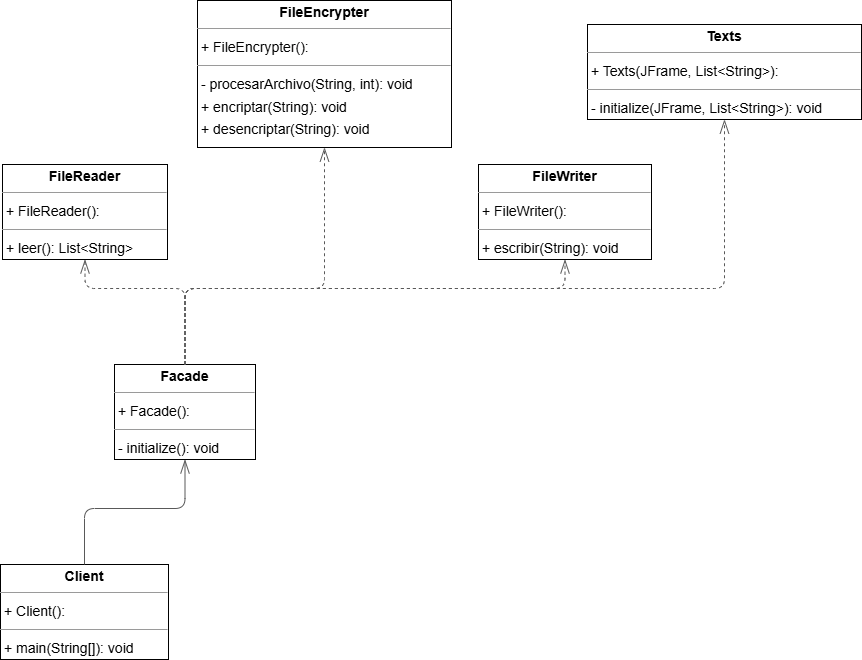
Earlier version of the draw.io export Diagrama.png (DSGS76/EjemploFachada). Source tidied: cells renumbered, new cells last; positions are measured from the earlier drawing's top-left corner, leaving out a move shared by most shapes. The source it was exported from:
```xml
<mxGraphModel>
  <root>
    <mxCell id="0" />
    <mxCell id="1" parent="0" />
    <mxCell id="2" value="&lt;p style=&quot;margin:0px;margin-top:4px;text-align:center;&quot;&gt;&lt;b&gt;Client&lt;/b&gt;&lt;/p&gt;&lt;hr size=&quot;1&quot;/&gt;&lt;p style=&quot;margin:0 0 0 4px;line-height:1.6;&quot;&gt;+ Client(): &lt;/p&gt;&lt;hr size=&quot;1&quot;/&gt;&lt;p style=&quot;margin:0 0 0 4px;line-height:1.6;&quot;&gt;+ main(String[]): void&lt;/p&gt;" style="verticalAlign=top;align=left;overflow=fill;fontSize=14;fontFamily=Helvetica;html=1;rounded=0;shadow=0;comic=0;labelBackgroundColor=none;strokeWidth=1;" parent="1" vertex="1">
      <mxGeometry y="564" width="168" height="95" as="geometry" />
    </mxCell>
    <mxCell id="3" value="&lt;p style=&quot;margin:0px;margin-top:4px;text-align:center;&quot;&gt;&lt;b&gt;Facade&lt;/b&gt;&lt;/p&gt;&lt;hr size=&quot;1&quot;/&gt;&lt;p style=&quot;margin:0 0 0 4px;line-height:1.6;&quot;&gt;+ Facade(): &lt;/p&gt;&lt;hr size=&quot;1&quot;/&gt;&lt;p style=&quot;margin:0 0 0 4px;line-height:1.6;&quot;&gt;- initialize(): void&lt;/p&gt;" style="verticalAlign=top;align=left;overflow=fill;fontSize=14;fontFamily=Helvetica;html=1;rounded=0;shadow=0;comic=0;labelBackgroundColor=none;strokeWidth=1;" parent="1" vertex="1">
      <mxGeometry x="114" y="364" width="141" height="95" as="geometry" />
    </mxCell>
    <mxCell id="4" value="&lt;p style=&quot;margin:0px;margin-top:4px;text-align:center;&quot;&gt;&lt;b&gt;FileEncrypter&lt;/b&gt;&lt;/p&gt;&lt;hr size=&quot;1&quot;/&gt;&lt;p style=&quot;margin:0 0 0 4px;line-height:1.6;&quot;&gt;+ FileEncrypter(): &lt;/p&gt;&lt;hr size=&quot;1&quot;/&gt;&lt;p style=&quot;margin:0 0 0 4px;line-height:1.6;&quot;&gt;- procesarArchivo(String, int): void&lt;br/&gt;+ encriptar(String): void&lt;br/&gt;+ desencriptar(String): void&lt;/p&gt;" style="verticalAlign=top;align=left;overflow=fill;fontSize=14;fontFamily=Helvetica;html=1;rounded=0;shadow=0;comic=0;labelBackgroundColor=none;strokeWidth=1;" parent="1" vertex="1">
      <mxGeometry x="197" width="254" height="147" as="geometry" />
    </mxCell>
    <mxCell id="5" value="&lt;p style=&quot;margin:0px;margin-top:4px;text-align:center;&quot;&gt;&lt;b&gt;FileReader&lt;/b&gt;&lt;/p&gt;&lt;hr size=&quot;1&quot;/&gt;&lt;p style=&quot;margin:0 0 0 4px;line-height:1.6;&quot;&gt;+ FileReader(): &lt;/p&gt;&lt;hr size=&quot;1&quot;/&gt;&lt;p style=&quot;margin:0 0 0 4px;line-height:1.6;&quot;&gt;+ leer(): List&amp;lt;String&amp;gt;&lt;/p&gt;" style="verticalAlign=top;align=left;overflow=fill;fontSize=14;fontFamily=Helvetica;html=1;rounded=0;shadow=0;comic=0;labelBackgroundColor=none;strokeWidth=1;" parent="1" vertex="1">
      <mxGeometry x="2" y="164" width="165" height="95" as="geometry" />
    </mxCell>
    <mxCell id="6" value="&lt;p style=&quot;margin:0px;margin-top:4px;text-align:center;&quot;&gt;&lt;b&gt;FileWriter&lt;/b&gt;&lt;/p&gt;&lt;hr size=&quot;1&quot;/&gt;&lt;p style=&quot;margin:0 0 0 4px;line-height:1.6;&quot;&gt;+ FileWriter(): &lt;/p&gt;&lt;hr size=&quot;1&quot;/&gt;&lt;p style=&quot;margin:0 0 0 4px;line-height:1.6;&quot;&gt;+ escribir(String): void&lt;/p&gt;" style="verticalAlign=top;align=left;overflow=fill;fontSize=14;fontFamily=Helvetica;html=1;rounded=0;shadow=0;comic=0;labelBackgroundColor=none;strokeWidth=1;" parent="1" vertex="1">
      <mxGeometry x="478" y="164" width="173" height="95" as="geometry" />
    </mxCell>
    <mxCell id="7" value="&lt;p style=&quot;margin:0px;margin-top:4px;text-align:center;&quot;&gt;&lt;b&gt;Texts&lt;/b&gt;&lt;/p&gt;&lt;hr size=&quot;1&quot;/&gt;&lt;p style=&quot;margin:0 0 0 4px;line-height:1.6;&quot;&gt;+ Texts(JFrame, List&amp;lt;String&amp;gt;): &lt;/p&gt;&lt;hr size=&quot;1&quot;/&gt;&lt;p style=&quot;margin:0 0 0 4px;line-height:1.6;&quot;&gt;- initialize(JFrame, List&amp;lt;String&amp;gt;): void&lt;/p&gt;" style="verticalAlign=top;align=left;overflow=fill;fontSize=14;fontFamily=Helvetica;html=1;rounded=0;shadow=0;comic=0;labelBackgroundColor=none;strokeWidth=1;" parent="1" vertex="1">
      <mxGeometry x="587" y="24" width="274" height="95" as="geometry" />
    </mxCell>
    <mxCell id="8" style="html=1;rounded=1;edgeStyle=orthogonalEdgeStyle;startArrow=none;endArrow=openThin;endSize=12;strokeColor=#595959;exitX=0.500;exitY=0.000;exitDx=0;exitDy=0;entryX=0.500;entryY=1.000;entryDx=0;entryDy=0;" parent="1" edge="1" source="2" target="3">
      <mxGeometry relative="1" as="geometry">
        <Array as="points">
          <mxPoint x="84" y="508" />
          <mxPoint x="184" y="508" />
        </Array>
      </mxGeometry>
    </mxCell>
    <mxCell id="9" style="html=1;rounded=1;edgeStyle=orthogonalEdgeStyle;dashed=1;startArrow=none;endArrow=openThin;endSize=12;strokeColor=#595959;exitX=0.500;exitY=0.000;exitDx=0;exitDy=0;entryX=0.500;entryY=1.000;entryDx=0;entryDy=0;" parent="1" edge="1" source="3" target="4">
      <mxGeometry relative="1" as="geometry">
        <Array as="points">
          <mxPoint x="184" y="288" />
          <mxPoint x="324" y="288" />
        </Array>
      </mxGeometry>
    </mxCell>
    <mxCell id="10" style="html=1;rounded=1;edgeStyle=orthogonalEdgeStyle;dashed=1;startArrow=none;endArrow=openThin;endSize=12;strokeColor=#595959;exitX=0.500;exitY=0.000;exitDx=0;exitDy=0;entryX=0.500;entryY=1.000;entryDx=0;entryDy=0;" parent="1" edge="1" source="3" target="5">
      <mxGeometry relative="1" as="geometry">
        <Array as="points">
          <mxPoint x="184" y="288" />
          <mxPoint x="84" y="288" />
        </Array>
      </mxGeometry>
    </mxCell>
    <mxCell id="11" style="html=1;rounded=1;edgeStyle=orthogonalEdgeStyle;dashed=1;startArrow=none;endArrow=openThin;endSize=12;strokeColor=#595959;exitX=0.500;exitY=0.000;exitDx=0;exitDy=0;entryX=0.500;entryY=1.000;entryDx=0;entryDy=0;" parent="1" edge="1" source="3" target="6">
      <mxGeometry relative="1" as="geometry">
        <Array as="points">
          <mxPoint x="184" y="288" />
          <mxPoint x="564" y="288" />
        </Array>
      </mxGeometry>
    </mxCell>
    <mxCell id="12" style="html=1;rounded=1;edgeStyle=orthogonalEdgeStyle;dashed=1;startArrow=none;endArrow=openThin;endSize=12;strokeColor=#595959;exitX=0.500;exitY=0.000;exitDx=0;exitDy=0;entryX=0.500;entryY=1.000;entryDx=0;entryDy=0;" parent="1" edge="1" source="3" target="7">
      <mxGeometry relative="1" as="geometry">
        <Array as="points">
          <mxPoint x="184" y="288" />
          <mxPoint x="724" y="288" />
        </Array>
      </mxGeometry>
    </mxCell>
  </root>
</mxGraphModel>
```
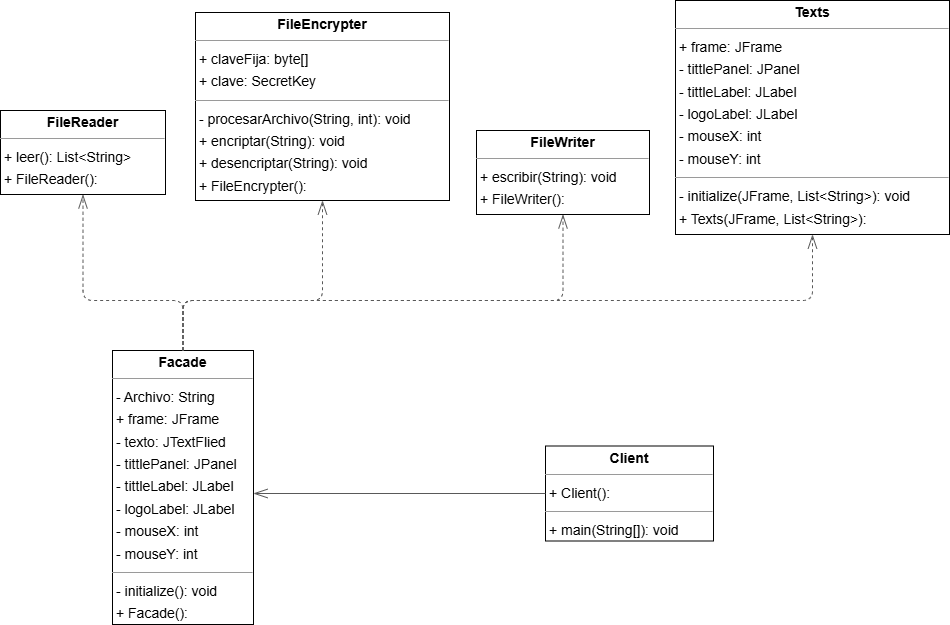
After the change.

Diff of the diagram source:
```diff
@@ -3,28 +3,27 @@
     <mxCell id="0" />
     <mxCell id="1" parent="0" />
     <mxCell id="2" value="&lt;p style=&quot;margin:0px;margin-top:4px;text-align:center;&quot;&gt;&lt;b&gt;Client&lt;/b&gt;&lt;/p&gt;&lt;hr size=&quot;1&quot;/&gt;&lt;p style=&quot;margin:0 0 0 4px;line-height:1.6;&quot;&gt;+ Client(): &lt;/p&gt;&lt;hr size=&quot;1&quot;/&gt;&lt;p style=&quot;margin:0 0 0 4px;line-height:1.6;&quot;&gt;+ main(String[]): void&lt;/p&gt;" style="verticalAlign=top;align=left;overflow=fill;fontSize=14;fontFamily=Helvetica;html=1;rounded=0;shadow=0;comic=0;labelBackgroundColor=none;strokeWidth=1;" parent="1" vertex="1">
-      <mxGeometry y="564" width="168" height="95" as="geometry" />
+      <mxGeometry x="547" y="433.5" width="168" height="95" as="geometry" />
     </mxCell>
-    <mxCell id="3" value="&lt;p style=&quot;margin:0px;margin-top:4px;text-align:center;&quot;&gt;&lt;b&gt;Facade&lt;/b&gt;&lt;/p&gt;&lt;hr size=&quot;1&quot;/&gt;&lt;p style=&quot;margin:0 0 0 4px;line-height:1.6;&quot;&gt;+ Facade(): &lt;/p&gt;&lt;hr size=&quot;1&quot;/&gt;&lt;p style=&quot;margin:0 0 0 4px;line-height:1.6;&quot;&gt;- initialize(): void&lt;/p&gt;" style="verticalAlign=top;align=left;overflow=fill;fontSize=14;fontFamily=Helvetica;html=1;rounded=0;shadow=0;comic=0;labelBackgroundColor=none;strokeWidth=1;" parent="1" vertex="1">
-      <mxGeometry x="114" y="364" width="141" height="95" as="geometry" />
+    <mxCell id="3" value="&lt;p style=&quot;margin:0px;margin-top:4px;text-align:center;&quot;&gt;&lt;b&gt;Facade&lt;/b&gt;&lt;/p&gt;&lt;hr size=&quot;1&quot;&gt;&lt;p style=&quot;margin:0 0 0 4px;line-height:1.6;&quot;&gt;- Archivo: String&lt;/p&gt;&lt;p style=&quot;margin:0 0 0 4px;line-height:1.6;&quot;&gt;+ frame: JFrame&lt;/p&gt;&lt;p style=&quot;margin:0 0 0 4px;line-height:1.6;&quot;&gt;- texto: JTextFlied&lt;/p&gt;&lt;p style=&quot;margin:0 0 0 4px;line-height:1.6;&quot;&gt;- tittlePanel: JPanel&lt;/p&gt;&lt;p style=&quot;margin:0 0 0 4px;line-height:1.6;&quot;&gt;- tittleLabel: JLabel&lt;/p&gt;&lt;p style=&quot;margin:0 0 0 4px;line-height:1.6;&quot;&gt;- logoLabel: JLabel&lt;/p&gt;&lt;p style=&quot;margin:0 0 0 4px;line-height:1.6;&quot;&gt;- mouseX: int&lt;/p&gt;&lt;p style=&quot;margin:0 0 0 4px;line-height:1.6;&quot;&gt;- mouseY: int&lt;/p&gt;&lt;hr size=&quot;1&quot;&gt;&lt;p style=&quot;margin:0 0 0 4px;line-height:1.6;&quot;&gt;- initialize(): void&lt;/p&gt;&lt;p style=&quot;margin:0 0 0 4px;line-height:1.6;&quot;&gt;+ Facade():&lt;/p&gt;" style="verticalAlign=top;align=left;overflow=fill;fontSize=14;fontFamily=Helvetica;html=1;rounded=0;shadow=0;comic=0;labelBackgroundColor=none;strokeWidth=1;" parent="1" vertex="1">
+      <mxGeometry x="114" y="338" width="141" height="274" as="geometry" />
     </mxCell>
-    <mxCell id="4" value="&lt;p style=&quot;margin:0px;margin-top:4px;text-align:center;&quot;&gt;&lt;b&gt;FileEncrypter&lt;/b&gt;&lt;/p&gt;&lt;hr size=&quot;1&quot;/&gt;&lt;p style=&quot;margin:0 0 0 4px;line-height:1.6;&quot;&gt;+ FileEncrypter(): &lt;/p&gt;&lt;hr size=&quot;1&quot;/&gt;&lt;p style=&quot;margin:0 0 0 4px;line-height:1.6;&quot;&gt;- procesarArchivo(String, int): void&lt;br/&gt;+ encriptar(String): void&lt;br/&gt;+ desencriptar(String): void&lt;/p&gt;" style="verticalAlign=top;align=left;overflow=fill;fontSize=14;fontFamily=Helvetica;html=1;rounded=0;shadow=0;comic=0;labelBackgroundColor=none;strokeWidth=1;" parent="1" vertex="1">
-      <mxGeometry x="197" width="254" height="147" as="geometry" />
+    <mxCell id="4" value="&lt;p style=&quot;margin:0px;margin-top:4px;text-align:center;&quot;&gt;&lt;b&gt;FileEncrypter&lt;/b&gt;&lt;/p&gt;&lt;hr size=&quot;1&quot;&gt;&lt;p style=&quot;margin:0 0 0 4px;line-height:1.6;&quot;&gt;+ claveFija: byte[]&lt;/p&gt;&lt;p style=&quot;margin:0 0 0 4px;line-height:1.6;&quot;&gt;+ clave: SecretKey&amp;nbsp;&lt;/p&gt;&lt;hr size=&quot;1&quot;&gt;&lt;p style=&quot;margin:0 0 0 4px;line-height:1.6;&quot;&gt;- procesarArchivo(String, int): void&lt;br&gt;+ encriptar(String): void&lt;br&gt;+ desencriptar(String): void&lt;/p&gt;&lt;p style=&quot;margin:0 0 0 4px;line-height:1.6;&quot;&gt;+ FileEncrypter():&lt;/p&gt;&lt;div&gt;&lt;br&gt;&lt;/div&gt;" style="verticalAlign=top;align=left;overflow=fill;fontSize=14;fontFamily=Helvetica;html=1;rounded=0;shadow=0;comic=0;labelBackgroundColor=none;strokeWidth=1;" parent="1" vertex="1">
+      <mxGeometry x="197" width="254" height="188" as="geometry" />
     </mxCell>
-    <mxCell id="5" value="&lt;p style=&quot;margin:0px;margin-top:4px;text-align:center;&quot;&gt;&lt;b&gt;FileReader&lt;/b&gt;&lt;/p&gt;&lt;hr size=&quot;1&quot;/&gt;&lt;p style=&quot;margin:0 0 0 4px;line-height:1.6;&quot;&gt;+ FileReader(): &lt;/p&gt;&lt;hr size=&quot;1&quot;/&gt;&lt;p style=&quot;margin:0 0 0 4px;line-height:1.6;&quot;&gt;+ leer(): List&amp;lt;String&amp;gt;&lt;/p&gt;" style="verticalAlign=top;align=left;overflow=fill;fontSize=14;fontFamily=Helvetica;html=1;rounded=0;shadow=0;comic=0;labelBackgroundColor=none;strokeWidth=1;" parent="1" vertex="1">
-      <mxGeometry x="2" y="164" width="165" height="95" as="geometry" />
+    <mxCell id="5" value="&lt;p style=&quot;margin:0px;margin-top:4px;text-align:center;&quot;&gt;&lt;b&gt;FileReader&lt;/b&gt;&lt;/p&gt;&lt;hr size=&quot;1&quot;&gt;&lt;p style=&quot;margin:0 0 0 4px;line-height:1.6;&quot;&gt;+ leer(): List&amp;lt;String&amp;gt;&lt;/p&gt;&lt;p style=&quot;margin:0 0 0 4px;line-height:1.6;&quot;&gt;+ FileReader():&lt;/p&gt;&lt;div&gt;&lt;br&gt;&lt;/div&gt;" style="verticalAlign=top;align=left;overflow=fill;fontSize=14;fontFamily=Helvetica;html=1;rounded=0;shadow=0;comic=0;labelBackgroundColor=none;strokeWidth=1;" parent="1" vertex="1">
+      <mxGeometry x="2" y="98" width="165" height="84" as="geometry" />
     </mxCell>
-    <mxCell id="6" value="&lt;p style=&quot;margin:0px;margin-top:4px;text-align:center;&quot;&gt;&lt;b&gt;FileWriter&lt;/b&gt;&lt;/p&gt;&lt;hr size=&quot;1&quot;/&gt;&lt;p style=&quot;margin:0 0 0 4px;line-height:1.6;&quot;&gt;+ FileWriter(): &lt;/p&gt;&lt;hr size=&quot;1&quot;/&gt;&lt;p style=&quot;margin:0 0 0 4px;line-height:1.6;&quot;&gt;+ escribir(String): void&lt;/p&gt;" style="verticalAlign=top;align=left;overflow=fill;fontSize=14;fontFamily=Helvetica;html=1;rounded=0;shadow=0;comic=0;labelBackgroundColor=none;strokeWidth=1;" parent="1" vertex="1">
-      <mxGeometry x="478" y="164" width="173" height="95" as="geometry" />
+    <mxCell id="6" value="&lt;p style=&quot;margin:0px;margin-top:4px;text-align:center;&quot;&gt;&lt;b&gt;FileWriter&lt;/b&gt;&lt;/p&gt;&lt;hr size=&quot;1&quot;&gt;&lt;p style=&quot;margin:0 0 0 4px;line-height:1.6;&quot;&gt;+ escribir(String): void&lt;/p&gt;&lt;p style=&quot;margin:0 0 0 4px;line-height:1.6;&quot;&gt;+ FileWriter():&lt;/p&gt;&lt;div&gt;&lt;br&gt;&lt;/div&gt;" style="verticalAlign=top;align=left;overflow=fill;fontSize=14;fontFamily=Helvetica;html=1;rounded=0;shadow=0;comic=0;labelBackgroundColor=none;strokeWidth=1;" parent="1" vertex="1">
+      <mxGeometry x="478" y="118" width="173" height="84" as="geometry" />
     </mxCell>
-    <mxCell id="7" value="&lt;p style=&quot;margin:0px;margin-top:4px;text-align:center;&quot;&gt;&lt;b&gt;Texts&lt;/b&gt;&lt;/p&gt;&lt;hr size=&quot;1&quot;/&gt;&lt;p style=&quot;margin:0 0 0 4px;line-height:1.6;&quot;&gt;+ Texts(JFrame, List&amp;lt;String&amp;gt;): &lt;/p&gt;&lt;hr size=&quot;1&quot;/&gt;&lt;p style=&quot;margin:0 0 0 4px;line-height:1.6;&quot;&gt;- initialize(JFrame, List&amp;lt;String&amp;gt;): void&lt;/p&gt;" style="verticalAlign=top;align=left;overflow=fill;fontSize=14;fontFamily=Helvetica;html=1;rounded=0;shadow=0;comic=0;labelBackgroundColor=none;strokeWidth=1;" parent="1" vertex="1">
-      <mxGeometry x="587" y="24" width="274" height="95" as="geometry" />
+    <mxCell id="7" value="&lt;p style=&quot;margin:0px;margin-top:4px;text-align:center;&quot;&gt;&lt;b&gt;Texts&lt;/b&gt;&lt;/p&gt;&lt;hr size=&quot;1&quot;&gt;&lt;p style=&quot;margin:0 0 0 4px;line-height:1.6;&quot;&gt;+ frame: JFrame&lt;/p&gt;&lt;p style=&quot;margin: 0px 0px 0px 4px; line-height: 1.6;&quot;&gt;- tittlePanel: JPanel&lt;/p&gt;&lt;p style=&quot;margin: 0px 0px 0px 4px; line-height: 1.6;&quot;&gt;- tittleLabel: JLabel&lt;/p&gt;&lt;p style=&quot;margin: 0px 0px 0px 4px; line-height: 1.6;&quot;&gt;- logoLabel: JLabel&lt;/p&gt;&lt;p style=&quot;margin: 0px 0px 0px 4px; line-height: 1.6;&quot;&gt;- mouseX: int&lt;/p&gt;&lt;p style=&quot;margin: 0px 0px 0px 4px; line-height: 1.6;&quot;&gt;- mouseY: int&lt;/p&gt;&lt;hr size=&quot;1&quot;&gt;&lt;p style=&quot;margin:0 0 0 4px;line-height:1.6;&quot;&gt;- initialize(JFrame, List&amp;lt;String&amp;gt;): void&lt;/p&gt;&lt;p style=&quot;margin:0 0 0 4px;line-height:1.6;&quot;&gt;+ Texts(JFrame, List&amp;lt;String&amp;gt;):&lt;/p&gt;" style="verticalAlign=top;align=left;overflow=fill;fontSize=14;fontFamily=Helvetica;html=1;rounded=0;shadow=0;comic=0;labelBackgroundColor=none;strokeWidth=1;" parent="1" vertex="1">
+      <mxGeometry x="677" y="-12" width="274" height="234" as="geometry" />
     </mxCell>
-    <mxCell id="8" style="html=1;rounded=1;edgeStyle=orthogonalEdgeStyle;startArrow=none;endArrow=openThin;endSize=12;strokeColor=#595959;exitX=0.500;exitY=0.000;exitDx=0;exitDy=0;entryX=0.500;entryY=1.000;entryDx=0;entryDy=0;" parent="1" edge="1" source="2" target="3">
+    <mxCell id="8" style="html=1;rounded=1;edgeStyle=orthogonalEdgeStyle;startArrow=none;endArrow=openThin;endSize=12;strokeColor=#595959;exitX=0;exitY=0.5;exitDx=0;exitDy=0;" parent="1" edge="1" source="2" target="3">
       <mxGeometry relative="1" as="geometry">
         <Array as="points">
-          <mxPoint x="84" y="508" />
-          <mxPoint x="184" y="508" />
+          <mxPoint x="547" y="481" />
         </Array>
       </mxGeometry>
     </mxCell>
@@ -55,10 +54,13 @@
     <mxCell id="12" style="html=1;rounded=1;edgeStyle=orthogonalEdgeStyle;dashed=1;startArrow=none;endArrow=openThin;endSize=12;strokeColor=#595959;exitX=0.500;exitY=0.000;exitDx=0;exitDy=0;entryX=0.500;entryY=1.000;entryDx=0;entryDy=0;" parent="1" edge="1" source="3" target="7">
       <mxGeometry relative="1" as="geometry">
         <Array as="points">
-          <mxPoint x="184" y="288" />
-          <mxPoint x="724" y="288" />
+          <mxPoint x="185" y="288" />
+          <mxPoint x="814" y="288" />
         </Array>
       </mxGeometry>
     </mxCell>
+    <mxCell id="13" style="edgeStyle=orthogonalEdgeStyle;rounded=0;orthogonalLoop=1;jettySize=auto;html=1;exitX=0.5;exitY=1;exitDx=0;exitDy=0;" parent="1" edge="1" source="4" target="4">
+      <mxGeometry relative="1" as="geometry" />
+    </mxCell>
   </root>
 </mxGraphModel>
```
